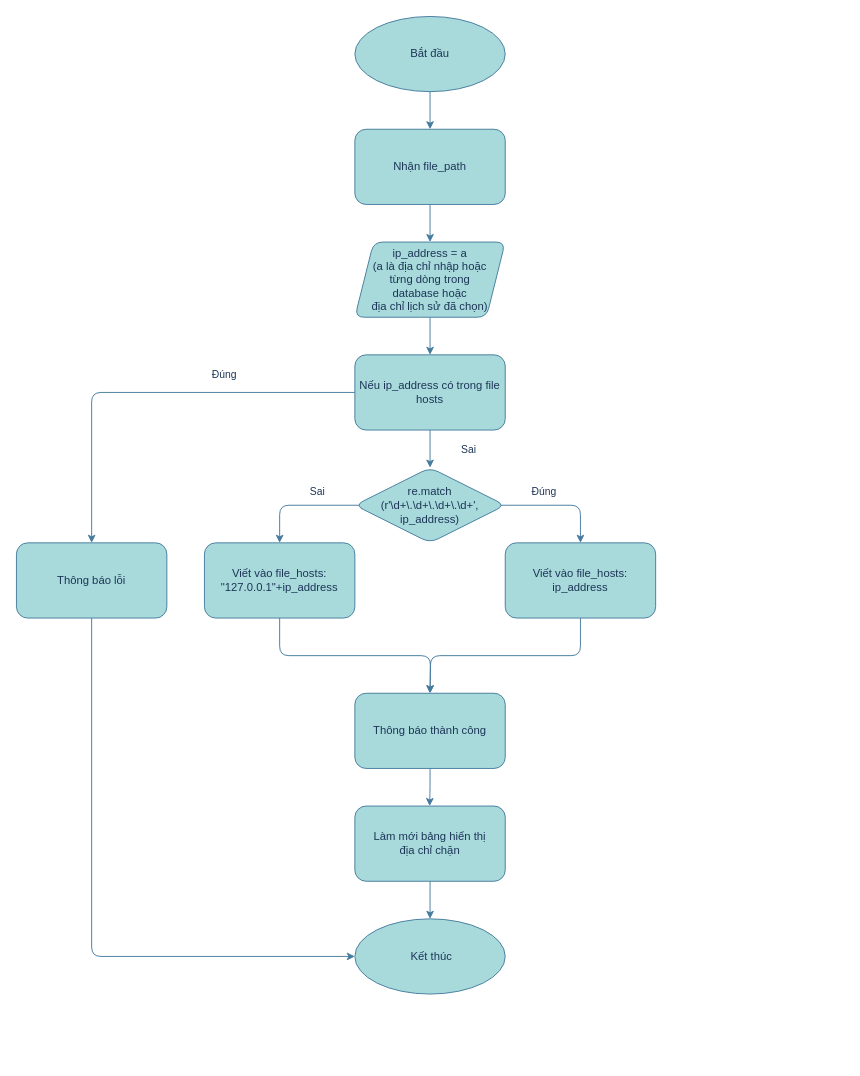
This is block.drawio from PlaymakerVN/KHKT-2023-1, a draw.io file, before an edit. Source tidied: cells renumbered, new cells numbered last; positions are measured from the earlier drawing's top-left corner, leaving out a move shared by most shapes. Both pictures are drawn from the tidied source at 94%, with x=0, y=0 at pixel (16, 16).
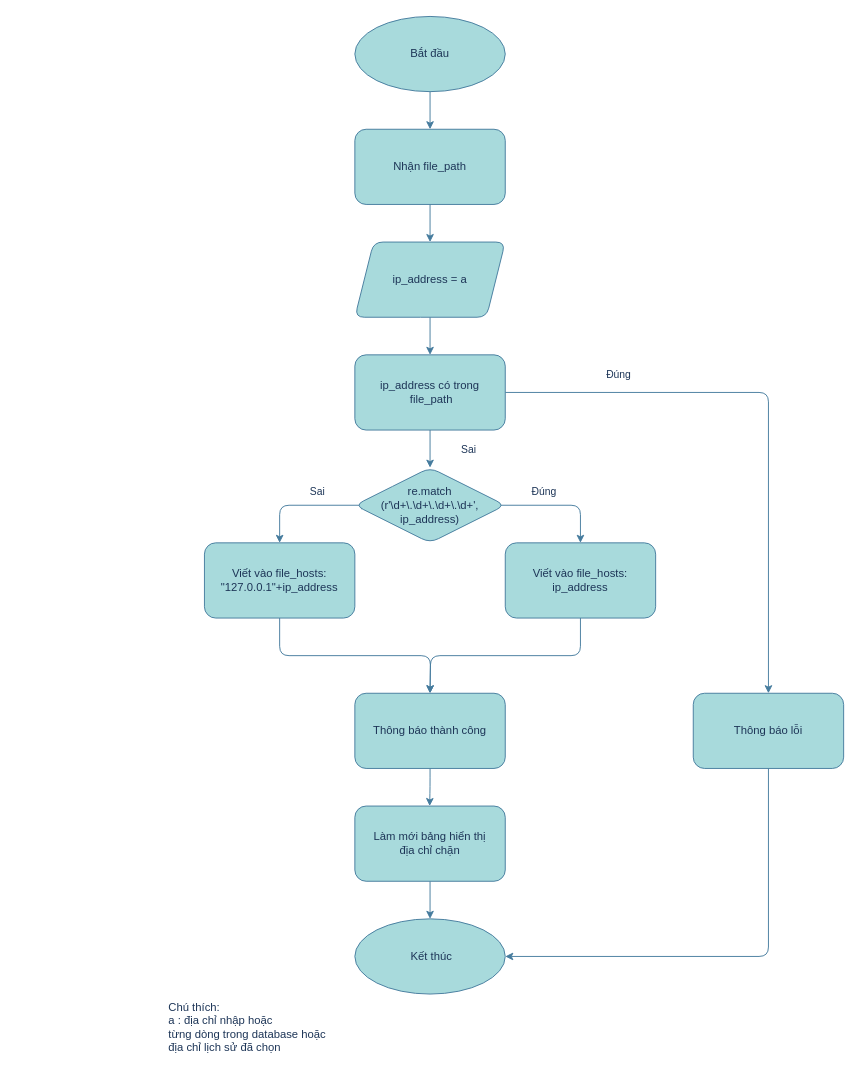
The same diagram, later.

Commit message (it also covers changes not shown here):
Cập nhật block.drawio

Unchanged cells that the change refers to:
```xml
<mxCell id="24" value="&amp;nbsp;Kết thúc" style="ellipse;whiteSpace=wrap;html=1;labelBackgroundColor=none;fillColor=#A8DADC;strokeColor=#457B9D;fontColor=#1D3557;rounded=1;" parent="1" vertex="1">
  <mxGeometry x="360" y="960" width="160" height="80" as="geometry" />
</mxCell>
```

Change to the diagram source:
```diff
@@
-    <mxCell id="5" value="&lt;font style=&quot;font-size: 12px;&quot;&gt;ip_address = a&lt;br&gt;(a là địa chỉ nhập hoặc&lt;br&gt;từng dòng trong database&amp;nbsp;hoặc &lt;br&gt;địa chỉ lịch sử đã chọn)&lt;/font&gt;" style="shape=parallelogram;perimeter=parallelogramPerimeter;whiteSpace=wrap;html=1;fixedSize=1;labelBackgroundColor=none;fillColor=#A8DADC;strokeColor=#457B9D;fontColor=#1D3557;rounded=1;" parent="1" vertex="1">
+    <mxCell id="5" value="&lt;font style=&quot;font-size: 12px;&quot;&gt;ip_address = a&lt;br&gt;&lt;/font&gt;" style="shape=parallelogram;perimeter=parallelogramPerimeter;whiteSpace=wrap;html=1;fixedSize=1;labelBackgroundColor=none;fillColor=#A8DADC;strokeColor=#457B9D;fontColor=#1D3557;rounded=1;" parent="1" vertex="1">
       <mxGeometry x="360" y="240" width="160" height="80" as="geometry" />
     </mxCell>
@@
-    <mxCell id="17" style="edgeStyle=orthogonalEdgeStyle;rounded=1;jettySize=auto;html=1;exitX=0;exitY=0.5;exitDx=0;exitDy=0;entryX=0.5;entryY=0;entryDx=0;entryDy=0;labelBackgroundColor=none;strokeColor=#457B9D;fontColor=default;" parent="1" edge="1" source="19" target="26">
+    <mxCell id="17" style="edgeStyle=orthogonalEdgeStyle;rounded=1;jettySize=auto;html=1;exitX=1;exitY=0.5;exitDx=0;exitDy=0;strokeColor=#457B9D;fontColor=#1D3557;fillColor=#A8DADC;" parent="1" edge="1" source="19" target="26">
       <mxGeometry relative="1" as="geometry" />
     </mxCell>
-    <mxCell id="18" value="Đúng" style="edgeLabel;html=1;align=center;verticalAlign=middle;labelBackgroundColor=none;fontColor=#1D3557;rounded=1;" parent="17" vertex="1">
-      <mxGeometry x="-0.45" y="-1" relative="1" as="geometry">
-        <mxPoint x="-19" y="-19" as="offset" />
+    <mxCell id="18" value="Đúng&amp;nbsp;" style="edgeLabel;html=1;align=center;verticalAlign=middle;fontColor=#1D3557;" parent="17" vertex="1">
+      <mxGeometry x="-0.61" y="-3" relative="1" as="geometry">
+        <mxPoint x="4" y="-23" as="offset" />
       </mxGeometry>
     </mxCell>
-    <mxCell id="19" value="Nếu ip_address có trong file hosts" style="rounded=1;whiteSpace=wrap;html=1;labelBackgroundColor=none;fillColor=#A8DADC;strokeColor=#457B9D;fontColor=#1D3557;" parent="1" vertex="1">
+    <mxCell id="19" value="ip_address có trong&lt;br&gt;&amp;nbsp;file_path" style="rounded=1;whiteSpace=wrap;html=1;labelBackgroundColor=none;fillColor=#A8DADC;strokeColor=#457B9D;fontColor=#1D3557;" parent="1" vertex="1">
       <mxGeometry x="360" y="360" width="160" height="80" as="geometry" />
     </mxCell>
@@
-    <mxCell id="25" style="edgeStyle=orthogonalEdgeStyle;rounded=1;jettySize=auto;html=1;exitX=0.5;exitY=1;exitDx=0;exitDy=0;entryX=0;entryY=0.5;entryDx=0;entryDy=0;labelBackgroundColor=none;strokeColor=#457B9D;fontColor=default;" parent="1" edge="1" source="26" target="24">
+    <mxCell id="25" style="edgeStyle=orthogonalEdgeStyle;rounded=1;jettySize=auto;html=1;exitX=0.5;exitY=1;exitDx=0;exitDy=0;entryX=1;entryY=0.5;entryDx=0;entryDy=0;strokeColor=#457B9D;fontColor=#1D3557;fillColor=#A8DADC;" parent="1" edge="1" source="26" target="24">
       <mxGeometry relative="1" as="geometry" />
     </mxCell>
     <mxCell id="26" value="Thông báo lỗi" style="rounded=1;whiteSpace=wrap;html=1;labelBackgroundColor=none;fillColor=#A8DADC;strokeColor=#457B9D;fontColor=#1D3557;" parent="1" vertex="1">
-      <mxGeometry y="560" width="160" height="80" as="geometry" />
+      <mxGeometry x="720" y="720" width="160" height="80" as="geometry" />
     </mxCell>
@@
+    <mxCell id="29" value="Chú thích:&lt;br&gt;a : địa chỉ nhập hoặc&lt;br style=&quot;border-color: var(--darkreader-border--border-color); --darkreader-inline-border: var(--darkreader-border--darkreader-border--border-color);&quot;&gt;&lt;span style=&quot;&quot;&gt;từng dòng trong database&amp;nbsp;hoặc&lt;br&gt;&lt;/span&gt;&lt;span style=&quot;&quot;&gt;địa chỉ lịch sử đã chọn&lt;/span&gt;" style="text;html=1;align=left;verticalAlign=middle;strokeColor=none;fillColor=none;fontColor=#1D3557;" parent="1" vertex="1">
+      <mxGeometry x="160" y="1040" width="190" height="70" as="geometry" />
+    </mxCell>
```
